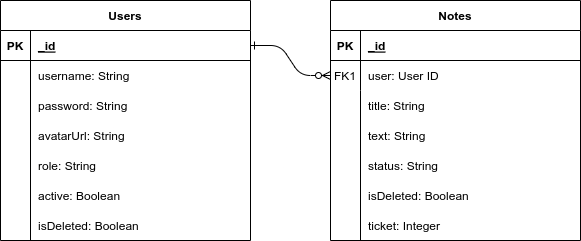
The draw.io diagram public/images/Meganote ERD.png in hoanglechau/meganote-be, before a commit. Source tidied: cells renumbered, new cells last; positions are measured from the earlier drawing's top-left corner, leaving out a move shared by most shapes.
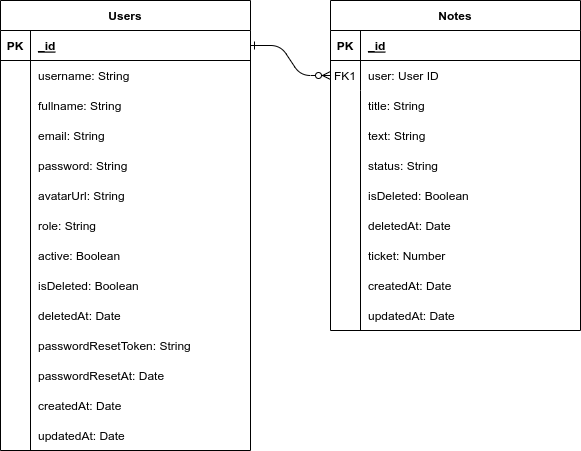
The same diagram one commit later.

Change to the diagram source:
```diff
@@ -6,7 +6,7 @@
       <mxGeometry relative="1" as="geometry" />
     </mxCell>
     <mxCell id="3" value="Notes" style="shape=table;startSize=30;rowLines=0;fontStyle=1;align=center;" parent="1" vertex="1">
-      <mxGeometry x="330" width="250" height="240" as="geometry" />
+      <mxGeometry x="330" width="250" height="330" as="geometry" />
     </mxCell>
     <mxCell id="4" style="shape=partialRectangle;fillColor=none;top=0;left=0;right=0;bottom=1;" parent="3" vertex="1">
       <mxGeometry y="30" width="250" height="30" as="geometry" />
@@ -27,16 +27,16 @@
       <mxGeometry x="30" width="220" height="30" as="geometry" />
     </mxCell>
     <mxCell id="10" style="shape=partialRectangle;fillColor=none;top=0;left=0;right=0;bottom=0;" parent="3" vertex="1">
-      <mxGeometry y="90" width="250" height="150" as="geometry" />
+      <mxGeometry y="90" width="250" height="240" as="geometry" />
     </mxCell>
     <mxCell id="11" style="shape=partialRectangle;overflow=hidden;fillColor=none;top=0;left=0;bottom=0;right=0;" parent="10" vertex="1">
-      <mxGeometry width="30" height="150" as="geometry" />
+      <mxGeometry width="30" height="240" as="geometry" />
     </mxCell>
     <mxCell id="12" style="shape=partialRectangle;overflow=hidden;fillColor=none;top=0;left=0;bottom=0;right=0;align=left;spacingLeft=6;" parent="10" vertex="1">
-      <mxGeometry x="30" width="220" height="150" as="geometry" />
+      <mxGeometry x="30" width="220" height="240" as="geometry" />
     </mxCell>
     <mxCell id="13" value="Users" style="shape=table;startSize=30;rowLines=0;fontStyle=1;align=center;" parent="1" vertex="1">
-      <mxGeometry width="250" height="240" as="geometry" />
+      <mxGeometry width="250" height="450" as="geometry" />
     </mxCell>
     <mxCell id="14" style="shape=partialRectangle;fillColor=none;points=[[0,0.5],[1,0.5]];portConstraint=eastwest;top=0;left=0;right=0;bottom=1;" parent="13" vertex="1">
       <mxGeometry y="30" width="250" height="30" as="geometry" />
@@ -48,28 +48,28 @@
       <mxGeometry x="30" width="220" height="30" as="geometry" />
     </mxCell>
     <mxCell id="17" style="shape=partialRectangle;fillColor=none;top=0;left=0;right=0;bottom=0;" parent="13" vertex="1">
-      <mxGeometry y="60" width="250" height="180" as="geometry" />
+      <mxGeometry y="60" width="250" height="390" as="geometry" />
     </mxCell>
     <mxCell id="18" style="shape=partialRectangle;overflow=hidden;fillColor=none;top=0;left=0;bottom=0;right=0;" parent="17" vertex="1">
-      <mxGeometry width="30" height="180" as="geometry" />
+      <mxGeometry width="30" height="390" as="geometry" />
     </mxCell>
     <mxCell id="19" style="shape=partialRectangle;overflow=hidden;fillColor=none;top=0;left=0;bottom=0;right=0;align=left;spacingLeft=6;" parent="17" vertex="1">
-      <mxGeometry x="30" width="220" height="180" as="geometry" />
+      <mxGeometry x="30" width="220" height="390" as="geometry" />
     </mxCell>
     <mxCell id="20" value="password: String" style="shape=partialRectangle;overflow=hidden;fillColor=none;top=0;left=0;bottom=0;right=0;align=left;spacingLeft=6;" parent="1" vertex="1">
-      <mxGeometry x="30" y="90" width="220" height="30" as="geometry" />
+      <mxGeometry x="30" y="150" width="220" height="30" as="geometry" />
     </mxCell>
     <mxCell id="21" value="avatarUrl: String" style="shape=partialRectangle;overflow=hidden;fillColor=none;top=0;left=0;bottom=0;right=0;align=left;spacingLeft=6;" parent="1" vertex="1">
-      <mxGeometry x="30" y="120" width="220" height="30" as="geometry" />
+      <mxGeometry x="30" y="180" width="220" height="30" as="geometry" />
     </mxCell>
     <mxCell id="22" value="role: String" style="shape=partialRectangle;overflow=hidden;fillColor=none;top=0;left=0;bottom=0;right=0;align=left;spacingLeft=6;" parent="1" vertex="1">
-      <mxGeometry x="30" y="150" width="220" height="30" as="geometry" />
+      <mxGeometry x="30" y="210" width="220" height="30" as="geometry" />
     </mxCell>
     <mxCell id="23" value="active: Boolean" style="shape=partialRectangle;overflow=hidden;fillColor=none;top=0;left=0;bottom=0;right=0;align=left;spacingLeft=6;" parent="1" vertex="1">
-      <mxGeometry x="30" y="180" width="220" height="30" as="geometry" />
+      <mxGeometry x="30" y="240" width="220" height="30" as="geometry" />
     </mxCell>
     <mxCell id="24" value="isDeleted: Boolean" style="shape=partialRectangle;overflow=hidden;fillColor=none;top=0;left=0;bottom=0;right=0;align=left;spacingLeft=6;" parent="1" vertex="1">
-      <mxGeometry x="30" y="210" width="220" height="30" as="geometry" />
+      <mxGeometry x="30" y="270" width="220" height="30" as="geometry" />
     </mxCell>
     <mxCell id="25" value="username: String" style="shape=partialRectangle;overflow=hidden;fillColor=none;top=0;left=0;bottom=0;right=0;align=left;spacingLeft=6;" parent="1" vertex="1">
       <mxGeometry x="30" y="60" width="220" height="30" as="geometry" />
@@ -86,8 +86,38 @@
     <mxCell id="29" value="isDeleted: Boolean" style="shape=partialRectangle;overflow=hidden;fillColor=none;top=0;left=0;bottom=0;right=0;align=left;spacingLeft=6;" parent="1" vertex="1">
       <mxGeometry x="360" y="180" width="220" height="30" as="geometry" />
     </mxCell>
-    <mxCell id="30" value="ticket: Integer" style="shape=partialRectangle;overflow=hidden;fillColor=none;top=0;left=0;bottom=0;right=0;align=left;spacingLeft=6;" parent="1" vertex="1">
-      <mxGeometry x="360" y="210" width="220" height="30" as="geometry" />
+    <mxCell id="30" value="ticket: Number" style="shape=partialRectangle;overflow=hidden;fillColor=none;top=0;left=0;bottom=0;right=0;align=left;spacingLeft=6;" parent="1" vertex="1">
+      <mxGeometry x="360" y="240" width="220" height="30" as="geometry" />
     </mxCell>
+    <mxCell id="31" value="fullname: String" style="shape=partialRectangle;overflow=hidden;fillColor=none;top=0;left=0;bottom=0;right=0;align=left;spacingLeft=6;" parent="1" vertex="1">
+      <mxGeometry x="30" y="90" width="220" height="30" as="geometry" />
+    </mxCell>
+    <mxCell id="32" value="email: String" style="shape=partialRectangle;overflow=hidden;fillColor=none;top=0;left=0;bottom=0;right=0;align=left;spacingLeft=6;" parent="1" vertex="1">
+      <mxGeometry x="30" y="120" width="220" height="30" as="geometry" />
+    </mxCell>
+    <mxCell id="33" value="deletedAt: Date" style="shape=partialRectangle;overflow=hidden;fillColor=none;top=0;left=0;bottom=0;right=0;align=left;spacingLeft=6;" parent="1" vertex="1">
+      <mxGeometry x="30" y="300" width="220" height="30" as="geometry" />
+    </mxCell>
+    <mxCell id="34" value="passwordResetToken: String" style="shape=partialRectangle;overflow=hidden;fillColor=none;top=0;left=0;bottom=0;right=0;align=left;spacingLeft=6;" parent="1" vertex="1">
+      <mxGeometry x="30" y="330" width="220" height="30" as="geometry" />
+    </mxCell>
+    <mxCell id="35" value="passwordResetAt: Date" style="shape=partialRectangle;overflow=hidden;fillColor=none;top=0;left=0;bottom=0;right=0;align=left;spacingLeft=6;" parent="1" vertex="1">
+      <mxGeometry x="30" y="360" width="220" height="30" as="geometry" />
+    </mxCell>
+    <mxCell id="36" value="createdAt: Date" style="shape=partialRectangle;overflow=hidden;fillColor=none;top=0;left=0;bottom=0;right=0;align=left;spacingLeft=6;" parent="1" vertex="1">
+      <mxGeometry x="30" y="390" width="220" height="30" as="geometry" />
+    </mxCell>
+    <mxCell id="37" value="updatedAt: Date" style="shape=partialRectangle;overflow=hidden;fillColor=none;top=0;left=0;bottom=0;right=0;align=left;spacingLeft=6;" parent="1" vertex="1">
+      <mxGeometry x="30" y="420" width="220" height="30" as="geometry" />
+    </mxCell>
+    <mxCell id="38" value="deletedAt: Date" style="shape=partialRectangle;overflow=hidden;fillColor=none;top=0;left=0;bottom=0;right=0;align=left;spacingLeft=6;" parent="1" vertex="1">
+      <mxGeometry x="360" y="210" width="220" height="30" as="geometry" />
+    </mxCell>
+    <mxCell id="39" value="updatedAt: Date" style="shape=partialRectangle;overflow=hidden;fillColor=none;top=0;left=0;bottom=0;right=0;align=left;spacingLeft=6;" parent="1" vertex="1">
+      <mxGeometry x="360" y="300" width="220" height="30" as="geometry" />
+    </mxCell>
+    <mxCell id="40" value="createdAt: Date" style="shape=partialRectangle;overflow=hidden;fillColor=none;top=0;left=0;bottom=0;right=0;align=left;spacingLeft=6;" parent="1" vertex="1">
+      <mxGeometry x="360" y="270" width="220" height="30" as="geometry" />
+    </mxCell>
   </root>
 </mxGraphModel>
```
